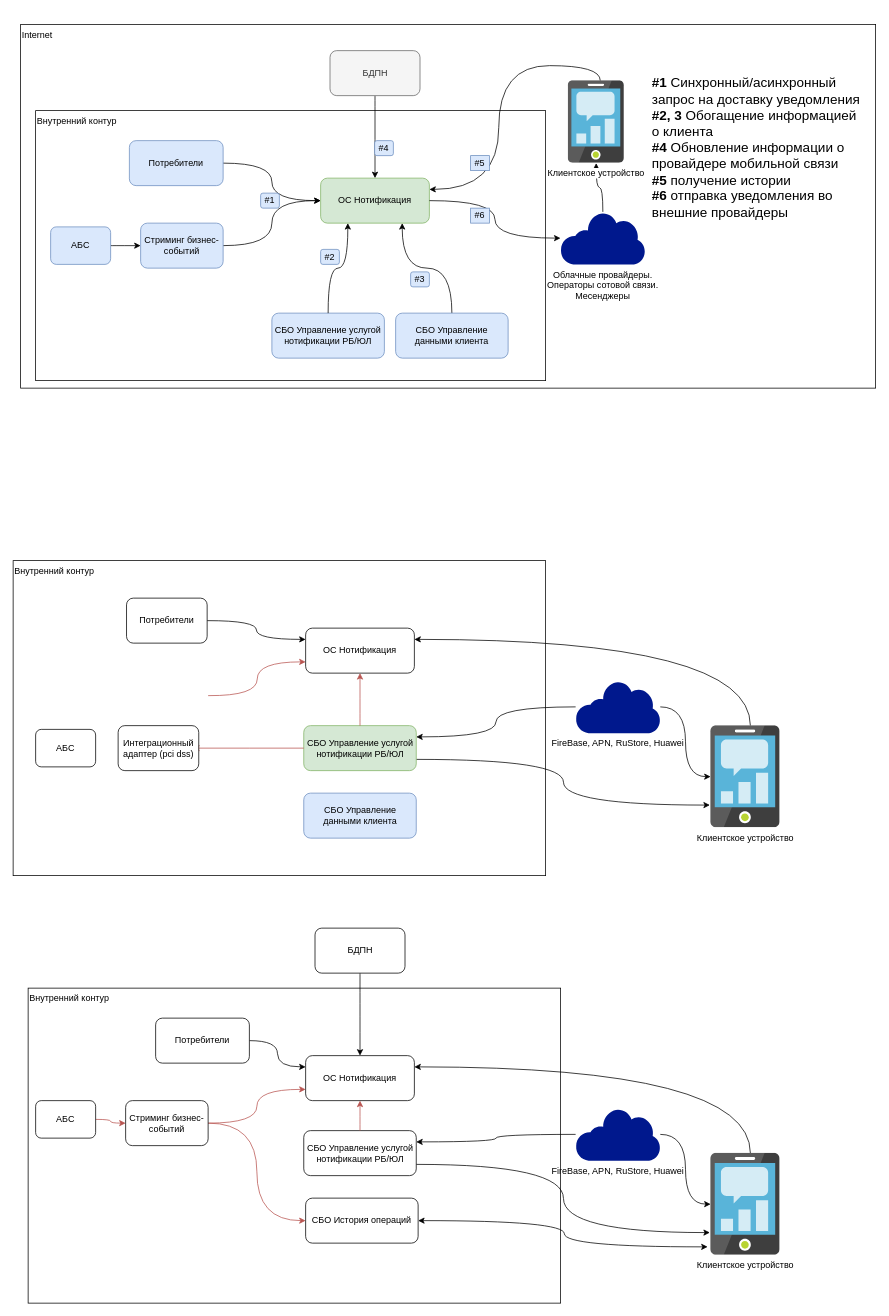
Above: draw/Диаграмма без названия.drawio in gorbunovas/enterprise_arch (draw.io), before the change. Source tidied: cells renumbered, new cells numbered last; positions are measured from the earlier drawing's top-left corner, leaving out a move shared by most shapes. Both pictures are drawn from the tidied source at 75%, with x=0, y=0 at pixel (13, 13).
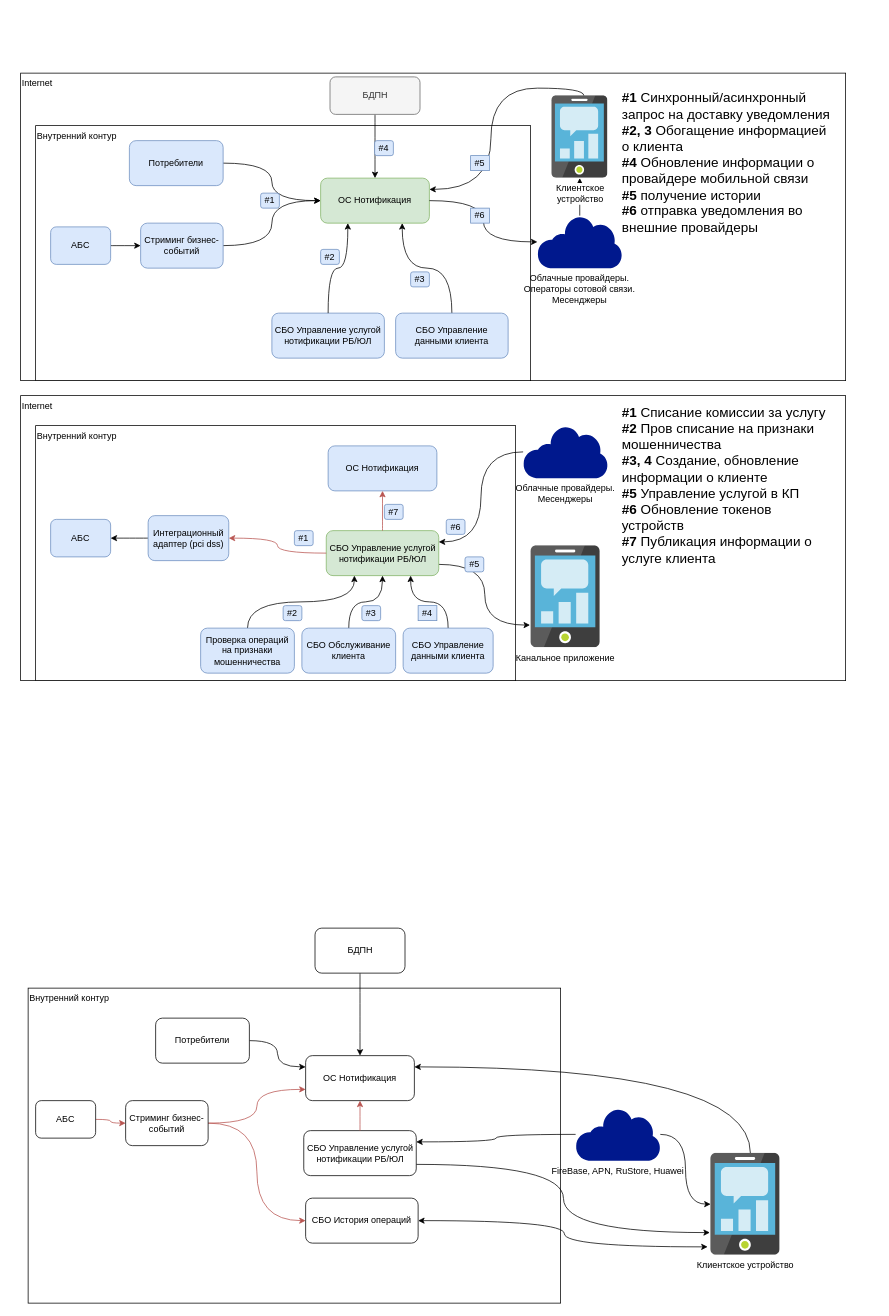
The same page after the edit.

Unchanged cells that the change refers to:
```xml
<mxCell id="8" value="ОС Нотификация" style="rounded=1;whiteSpace=wrap;html=1;fillColor=#d5e8d4;strokeColor=#82b366;" parent="1" vertex="1">
  <mxGeometry x="410" y="220" width="145" height="60" as="geometry" />
</mxCell>
```

Change to the diagram source:
```diff
@@
+    <mxCell id="67" value="Internet" style="rounded=0;whiteSpace=wrap;html=1;align=left;verticalAlign=top;" parent="1" vertex="1">
+      <mxGeometry x="10" y="510" width="1100" height="380" as="geometry" />
+    </mxCell>
     <mxCell id="2" value="Internet" style="rounded=0;whiteSpace=wrap;html=1;align=left;verticalAlign=top;" parent="1" vertex="1">
-      <mxGeometry x="10" y="15" width="1140" height="485" as="geometry" />
+      <mxGeometry x="10" y="80" width="1100" height="410" as="geometry" />
     </mxCell>
     <mxCell id="3" value="Внутренний контур&amp;nbsp;" style="rounded=0;whiteSpace=wrap;html=1;align=left;verticalAlign=top;" parent="1" vertex="1">
-      <mxGeometry x="30" y="130" width="680" height="360" as="geometry" />
+      <mxGeometry x="30" y="150" width="660" height="340" as="geometry" />
     </mxCell>
@@
     <mxCell id="5" value="Облачные провайдеры. &lt;br&gt;Операторы сотовой связи.&lt;br&gt;Месенджеры" style="sketch=0;shadow=0;dashed=0;html=1;strokeColor=none;labelPosition=center;verticalLabelPosition=bottom;verticalAlign=top;align=center;fillColor=#00188D;shape=mxgraph.mscae.enterprise.internet;" parent="1" vertex="1">
-      <mxGeometry x="729.8" y="265" width="112.9" height="70" as="geometry" />
+      <mxGeometry x="699" y="270" width="112.9" height="70" as="geometry" />
     </mxCell>
     <mxCell id="6" style="edgeStyle=orthogonalEdgeStyle;curved=1;rounded=0;jettySize=auto;html=1;entryX=1;entryY=0.25;entryDx=0;entryDy=0;exitX=0.573;exitY=0;exitDx=0;exitDy=0;exitPerimeter=0;" parent="1" edge="1" source="7" target="8">
-      <mxGeometry relative="1" as="geometry" />
+      <mxGeometry relative="1" as="geometry">
+        <Array as="points">
+          <mxPoint x="761" y="100" />
+          <mxPoint x="637" y="100" />
+          <mxPoint x="637" y="235" />
+        </Array>
+      </mxGeometry>
     </mxCell>
-    <mxCell id="7" value="Клиентское устройство" style="sketch=0;html=1;points=[];align=center;image;fontSize=12;image=img/lib/mscae/Mobile_Engagement.svg;" parent="1" vertex="1">
-      <mxGeometry x="740" y="90" width="74.8" height="110" as="geometry" />
+    <mxCell id="7" value="Клиентское &lt;br&gt;устройство" style="sketch=0;html=1;points=[];align=center;image;fontSize=12;image=img/lib/mscae/Mobile_Engagement.svg;" parent="1" vertex="1">
+      <mxGeometry x="718.1" y="110" width="74.8" height="110" as="geometry" />
     </mxCell>
@@
     <mxCell id="17" value="БДПН" style="rounded=1;whiteSpace=wrap;html=1;fillColor=#f5f5f5;fontColor=#333333;strokeColor=#666666;" parent="1" vertex="1">
-      <mxGeometry x="422.5" y="50" width="120" height="60" as="geometry" />
+      <mxGeometry x="422.5" y="85" width="120" height="50" as="geometry" />
     </mxCell>
@@
     <mxCell id="20" value="Внутренний контур&amp;nbsp;" style="rounded=0;whiteSpace=wrap;html=1;align=left;verticalAlign=top;" parent="1" vertex="1">
-      <mxGeometry y="730" width="710" height="420" as="geometry" />
+      <mxGeometry x="30" y="550" width="640" height="340" as="geometry" />
     </mxCell>
-    <mxCell id="21" style="edgeStyle=orthogonalEdgeStyle;curved=1;rounded=0;jettySize=auto;html=1;" parent="1" edge="1" source="22" target="24">
-      <mxGeometry relative="1" as="geometry" />
-    </mxCell>
-    <mxCell id="22" value="FireBase, APN, RuStore, Huawei" style="sketch=0;shadow=0;dashed=0;html=1;strokeColor=none;labelPosition=center;verticalLabelPosition=bottom;verticalAlign=top;align=center;fillColor=#00188D;shape=mxgraph.mscae.enterprise.internet;" parent="1" vertex="1">
-      <mxGeometry x="750" y="890" width="112.9" height="70" as="geometry" />
+    <mxCell id="22" value="Облачные провайдеры.&lt;br&gt;Месенджеры" style="sketch=0;shadow=0;dashed=0;html=1;strokeColor=none;labelPosition=center;verticalLabelPosition=bottom;verticalAlign=top;align=center;fillColor=#00188D;shape=mxgraph.mscae.enterprise.internet;" parent="1" vertex="1">
+      <mxGeometry x="680" y="550" width="112.9" height="70" as="geometry" />
     </mxCell>
-    <mxCell id="23" style="edgeStyle=orthogonalEdgeStyle;curved=1;rounded=0;jettySize=auto;html=1;entryX=1;entryY=0.25;entryDx=0;entryDy=0;exitX=0.573;exitY=0;exitDx=0;exitDy=0;exitPerimeter=0;" parent="1" edge="1" source="24" target="25">
-      <mxGeometry relative="1" as="geometry" />
-    </mxCell>
-    <mxCell id="24" value="Клиентское устройство" style="sketch=0;html=1;points=[];align=center;image;fontSize=12;image=img/lib/mscae/Mobile_Engagement.svg;" parent="1" vertex="1">
-      <mxGeometry x="930" y="950" width="92.5" height="136" as="geometry" />
+    <mxCell id="24" value="Канальное приложение" style="sketch=0;html=1;points=[];align=center;image;fontSize=12;image=img/lib/mscae/Mobile_Engagement.svg;" parent="1" vertex="1">
+      <mxGeometry x="690.2" y="710" width="92.5" height="136" as="geometry" />
     </mxCell>
-    <mxCell id="25" value="ОС Нотификация" style="rounded=1;whiteSpace=wrap;html=1;" parent="1" vertex="1">
-      <mxGeometry x="390" y="820" width="145" height="60" as="geometry" />
+    <mxCell id="25" value="ОС Нотификация" style="rounded=1;whiteSpace=wrap;html=1;fillColor=#dae8fc;strokeColor=#6c8ebf;" parent="1" vertex="1">
+      <mxGeometry x="420" y="577" width="145" height="60" as="geometry" />
     </mxCell>
@@
     <mxCell id="27" value="СБО Управление услугой нотификации РБ/ЮЛ" style="rounded=1;whiteSpace=wrap;html=1;fillColor=#d5e8d4;strokeColor=#82b366;" parent="1" vertex="1">
-      <mxGeometry x="387.5" y="950" width="150" height="60" as="geometry" />
+      <mxGeometry x="417.5" y="690" width="150" height="60" as="geometry" />
     </mxCell>
@@
-    <mxCell id="29" style="edgeStyle=orthogonalEdgeStyle;curved=1;rounded=0;jettySize=auto;html=1;entryX=0;entryY=0.25;entryDx=0;entryDy=0;" parent="1" edge="1" source="30" target="25">
-      <mxGeometry relative="1" as="geometry" />
-    </mxCell>
-    <mxCell id="30" value="Потребители" style="rounded=1;whiteSpace=wrap;html=1;" parent="1" vertex="1">
-      <mxGeometry x="151.2" y="780" width="107.5" height="60" as="geometry" />
-    </mxCell>
-    <mxCell id="31" style="edgeStyle=orthogonalEdgeStyle;curved=1;rounded=0;jettySize=auto;html=1;fillColor=#f8cecc;strokeColor=#b85450;" parent="1" edge="1" source="27">
-      <mxGeometry relative="1" as="geometry">
-        <mxPoint x="240" y="980" as="targetPoint" />
-      </mxGeometry>
+    <mxCell id="31" style="edgeStyle=orthogonalEdgeStyle;curved=1;rounded=0;jettySize=auto;html=1;fillColor=#f8cecc;strokeColor=#b85450;entryX=1;entryY=0.5;entryDx=0;entryDy=0;" parent="1" edge="1" source="27" target="66">
+      <mxGeometry relative="1" as="geometry" />
     </mxCell>
-    <mxCell id="32" value="АБС" style="rounded=1;whiteSpace=wrap;html=1;" parent="1" vertex="1">
-      <mxGeometry x="30" y="955" width="80" height="50" as="geometry" />
+    <mxCell id="32" value="АБС" style="rounded=1;whiteSpace=wrap;html=1;fillColor=#dae8fc;strokeColor=#6c8ebf;" parent="1" vertex="1">
+      <mxGeometry x="50" y="675" width="80" height="50" as="geometry" />
     </mxCell>
@@
-    <mxCell id="34" style="edgeStyle=orthogonalEdgeStyle;curved=1;rounded=0;jettySize=auto;html=1;entryX=0;entryY=0.75;entryDx=0;entryDy=0;fillColor=#f8cecc;strokeColor=#b85450;" parent="1" edge="1" target="25">
-      <mxGeometry relative="1" as="geometry">
-        <mxPoint x="260" y="910" as="sourcePoint" />
-      </mxGeometry>
-    </mxCell>
@@
     <mxCell id="64" value="&lt;font style=&quot;font-size: 18px;&quot;&gt;&lt;b&gt;#1&lt;/b&gt; Синхронный/асинхронный запрос на доставку уведомления&lt;br&gt;&lt;b&gt;#2, 3&lt;/b&gt; Обогащение информацией о клиента&lt;br&gt;&lt;b&gt;#4&lt;/b&gt; Обновление информации о провайдере мобильной связи&lt;br&gt;&lt;b&gt;#5&lt;/b&gt; получение истории&lt;br&gt;&lt;b&gt;#6 &lt;/b&gt;отправка уведомления во внешние провайдеры&lt;/font&gt;" style="text;html=1;strokeColor=none;fillColor=none;align=left;verticalAlign=middle;whiteSpace=wrap;rounded=0;glass=0;" parent="1" vertex="1">
-      <mxGeometry x="850" width="287.1" height="360" as="geometry" />
+      <mxGeometry x="810" y="85" width="287.1" height="230" as="geometry" />
     </mxCell>
+    <mxCell id="68" style="edgeStyle=orthogonalEdgeStyle;curved=1;rounded=0;jettySize=auto;html=1;entryX=0.75;entryY=1;entryDx=0;entryDy=0;strokeColor=#000000;fontSize=18;startArrow=none;startFill=0;endArrow=classic;endFill=1;" parent="1" edge="1" source="65" target="27">
+      <mxGeometry relative="1" as="geometry" />
+    </mxCell>
     <mxCell id="65" value="СБО Управление данными клиента" style="rounded=1;whiteSpace=wrap;html=1;fillColor=#dae8fc;strokeColor=#6c8ebf;" parent="1" vertex="1">
-      <mxGeometry x="387.5" y="1040" width="150" height="60" as="geometry" />
+      <mxGeometry x="520" y="820" width="120" height="60" as="geometry" />
     </mxCell>
+    <mxCell id="69" style="edgeStyle=orthogonalEdgeStyle;curved=1;rounded=0;jettySize=auto;html=1;entryX=1;entryY=0.5;entryDx=0;entryDy=0;strokeColor=#000000;fontSize=18;startArrow=none;startFill=0;endArrow=classic;endFill=1;" parent="1" edge="1" source="66" target="32">
+      <mxGeometry relative="1" as="geometry" />
+    </mxCell>
-    <mxCell id="66" value="Интеграционный адаптер (pci dss)" style="rounded=1;whiteSpace=wrap;html=1;" parent="1" vertex="1">
-      <mxGeometry x="140" y="950" width="107.5" height="60" as="geometry" />
+    <mxCell id="66" value="Интеграционный адаптер (pci dss)" style="rounded=1;whiteSpace=wrap;html=1;fillColor=#dae8fc;strokeColor=#6c8ebf;" parent="1" vertex="1">
+      <mxGeometry x="180" y="670" width="107.5" height="60" as="geometry" />
     </mxCell>
+    <mxCell id="70" style="edgeStyle=orthogonalEdgeStyle;curved=1;rounded=0;jettySize=auto;html=1;entryX=0.5;entryY=1;entryDx=0;entryDy=0;strokeColor=#000000;fontSize=18;startArrow=none;startFill=0;endArrow=classic;endFill=1;" parent="1" edge="1" source="71" target="27">
+      <mxGeometry relative="1" as="geometry" />
+    </mxCell>
+    <mxCell id="71" value="СБО Обслуживание клиента" style="rounded=1;whiteSpace=wrap;html=1;fillColor=#dae8fc;strokeColor=#6c8ebf;" parent="1" vertex="1">
+      <mxGeometry x="385" y="820" width="125" height="60" as="geometry" />
+    </mxCell>
+    <mxCell id="72" style="edgeStyle=orthogonalEdgeStyle;curved=1;rounded=0;jettySize=auto;html=1;entryX=0.25;entryY=1;entryDx=0;entryDy=0;strokeColor=#000000;fontSize=18;startArrow=none;startFill=0;endArrow=classic;endFill=1;exitX=0.5;exitY=0;exitDx=0;exitDy=0;" parent="1" edge="1" source="73" target="27">
+      <mxGeometry relative="1" as="geometry" />
+    </mxCell>
+    <mxCell id="73" value="Проверка операций на признаки мошенничества" style="rounded=1;whiteSpace=wrap;html=1;fillColor=#dae8fc;strokeColor=#6c8ebf;" parent="1" vertex="1">
+      <mxGeometry x="250" y="820" width="125" height="60" as="geometry" />
+    </mxCell>
+    <mxCell id="74" value="#1" style="text;html=1;strokeColor=#6c8ebf;fillColor=#dae8fc;align=center;verticalAlign=middle;whiteSpace=wrap;rounded=1;glass=0;" parent="1" vertex="1">
+      <mxGeometry x="375" y="690" width="25" height="20" as="geometry" />
+    </mxCell>
+    <mxCell id="75" value="#2" style="text;html=1;strokeColor=#6c8ebf;fillColor=#dae8fc;align=center;verticalAlign=middle;whiteSpace=wrap;rounded=1;glass=0;" parent="1" vertex="1">
+      <mxGeometry x="360" y="790" width="25" height="20" as="geometry" />
+    </mxCell>
+    <mxCell id="76" value="#3" style="text;html=1;strokeColor=#6c8ebf;fillColor=#dae8fc;align=center;verticalAlign=middle;whiteSpace=wrap;rounded=1;glass=0;" parent="1" vertex="1">
+      <mxGeometry x="465" y="790" width="25" height="20" as="geometry" />
+    </mxCell>
+    <mxCell id="77" value="#4" style="text;html=1;strokeColor=#6c8ebf;fillColor=#dae8fc;align=center;verticalAlign=middle;whiteSpace=wrap;rounded=1;glass=0;arcSize=0;" parent="1" vertex="1">
+      <mxGeometry x="540" y="790" width="25" height="20" as="geometry" />
+    </mxCell>
+    <mxCell id="78" value="#5" style="text;html=1;strokeColor=#6c8ebf;fillColor=#dae8fc;align=center;verticalAlign=middle;whiteSpace=wrap;rounded=1;glass=0;" parent="1" vertex="1">
+      <mxGeometry x="602.5" y="725" width="25" height="20" as="geometry" />
+    </mxCell>
+    <mxCell id="79" value="#6" style="text;html=1;strokeColor=#6c8ebf;fillColor=#dae8fc;align=center;verticalAlign=middle;whiteSpace=wrap;rounded=1;glass=0;" parent="1" vertex="1">
+      <mxGeometry x="577.5" y="675" width="25" height="20" as="geometry" />
+    </mxCell>
+    <mxCell id="80" value="#7" style="text;html=1;strokeColor=#6c8ebf;fillColor=#dae8fc;align=center;verticalAlign=middle;whiteSpace=wrap;rounded=1;glass=0;" parent="1" vertex="1">
+      <mxGeometry x="495" y="655" width="25" height="20" as="geometry" />
+    </mxCell>
+    <mxCell id="81" value="&lt;font style=&quot;font-size: 18px;&quot;&gt;&lt;b&gt;#1&lt;/b&gt; Списание комиссии за услугу&lt;br&gt;&lt;b&gt;#2 &lt;/b&gt;Пров списание на признаки мошенничества&lt;br&gt;&lt;b&gt;#3, 4&lt;/b&gt;&amp;nbsp;Создание, обновление информации о клиенте&lt;br&gt;&lt;b&gt;#5&lt;/b&gt; Управление услугой в КП&lt;br&gt;&lt;b&gt;#6 &lt;/b&gt;Обновление токенов устройств&lt;br&gt;&lt;b&gt;#7&lt;/b&gt; Публикация информации о услуге клиента&lt;br&gt;&lt;/font&gt;" style="text;html=1;strokeColor=none;fillColor=none;align=left;verticalAlign=middle;whiteSpace=wrap;rounded=0;glass=0;" parent="1" vertex="1">
+      <mxGeometry x="810" y="530" width="287.1" height="200" as="geometry" />
+    </mxCell>
```
